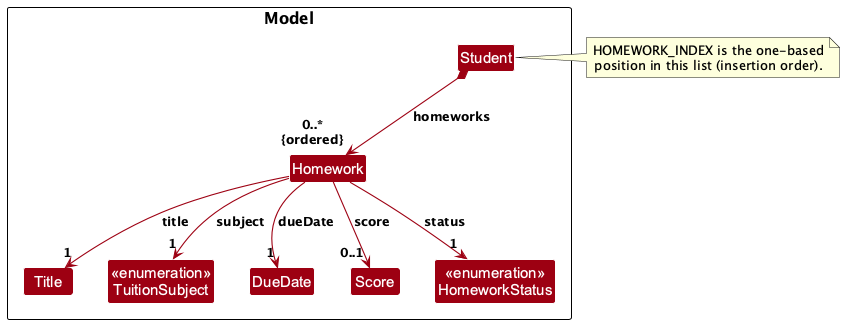
The PlantUML diagram docs/images/HomeworkClassDiagram.png in AY2627S1-CS2103-F12-1/tp, before a commit. The source it was exported from:
```plantuml
@startuml
!include style.puml
skinparam arrowThickness 1.1
skinparam arrowColor MODEL_COLOR
skinparam classBackgroundColor MODEL_COLOR
hide members

Package Model as ModelPackage {
Class Student
Class Homework
Class Title
Enum "<<enumeration>>\nTuitionSubject" as TuitionSubject
Class DueDate
Class Score
Enum "<<enumeration>>\nHomeworkStatus" as HomeworkStatus
}

Student *--> "0..*\n{ordered}" Homework : homeworks
Homework --> "1" Title : title
Homework --> "1" TuitionSubject : subject
Homework --> "1" DueDate : dueDate
Homework --> "0..1" Score : score
Homework --> "1" HomeworkStatus : status

note right of Student
  HOMEWORK_INDEX is the one-based
  position in this list (insertion order).
end note
@enduml
```
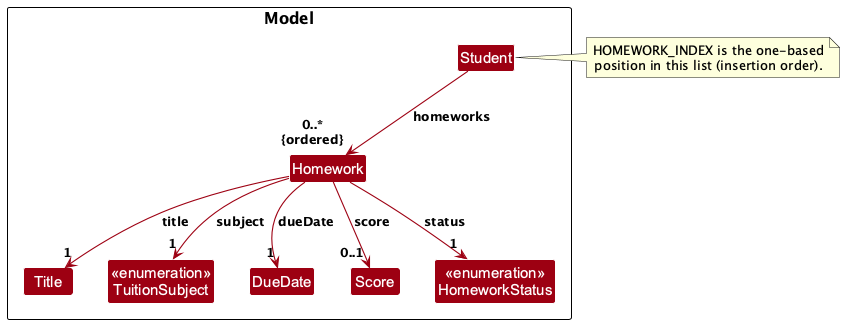
Above is the later version.

Commit message:
DG: Draw a student's homework as an association

The homework class diagram draws the link from Student to Homework as
a composition, while the Model class diagram draws the same link as a
plain association. Two diagrams of the same classes disagree.

Composition also overstates the link: Homework objects are immutable
and are shared by the old and the new Student after every change.

Let's draw it as a navigable association, as the Model diagram does.

The edit, as a diff of the source:
```diff
@@ -15,7 +15,7 @@
 Enum "<<enumeration>>\nHomeworkStatus" as HomeworkStatus
 }
 
-Student *--> "0..*\n{ordered}" Homework : homeworks
+Student --> "0..*\n{ordered}" Homework : homeworks
 Homework --> "1" Title : title
 Homework --> "1" TuitionSubject : subject
 Homework --> "1" DueDate : dueDate
```
